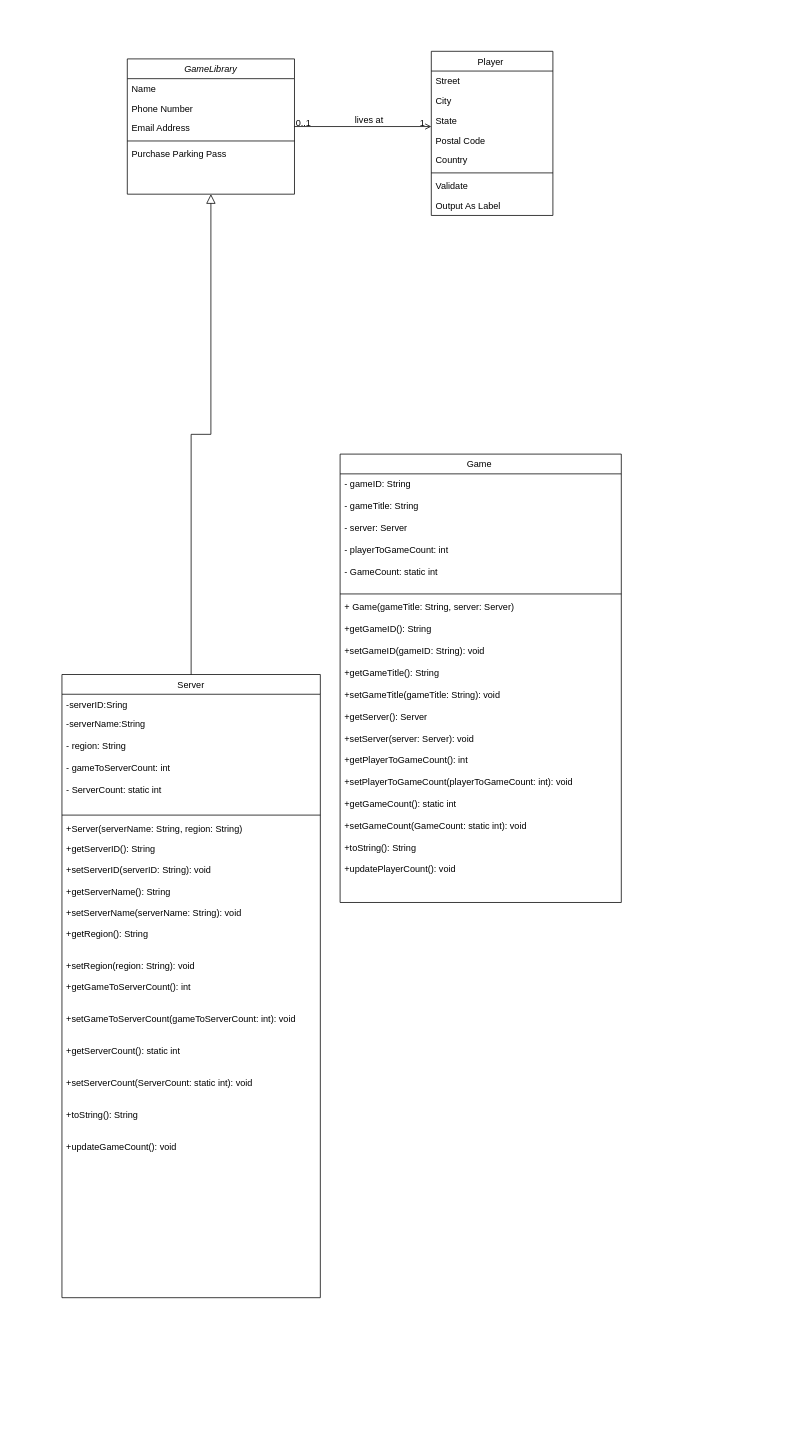
The draw.io diagram Untitled Diagram.drawio in Nada-saad635/Game-Management-System, before the edit. Source tidied: cells renumbered, new cells numbered last; positions are measured from the earlier drawing's top-left corner, leaving out a move shared by most shapes. Both pictures are drawn from the tidied source at 76%, with x=0, y=0 at pixel (62, 51).
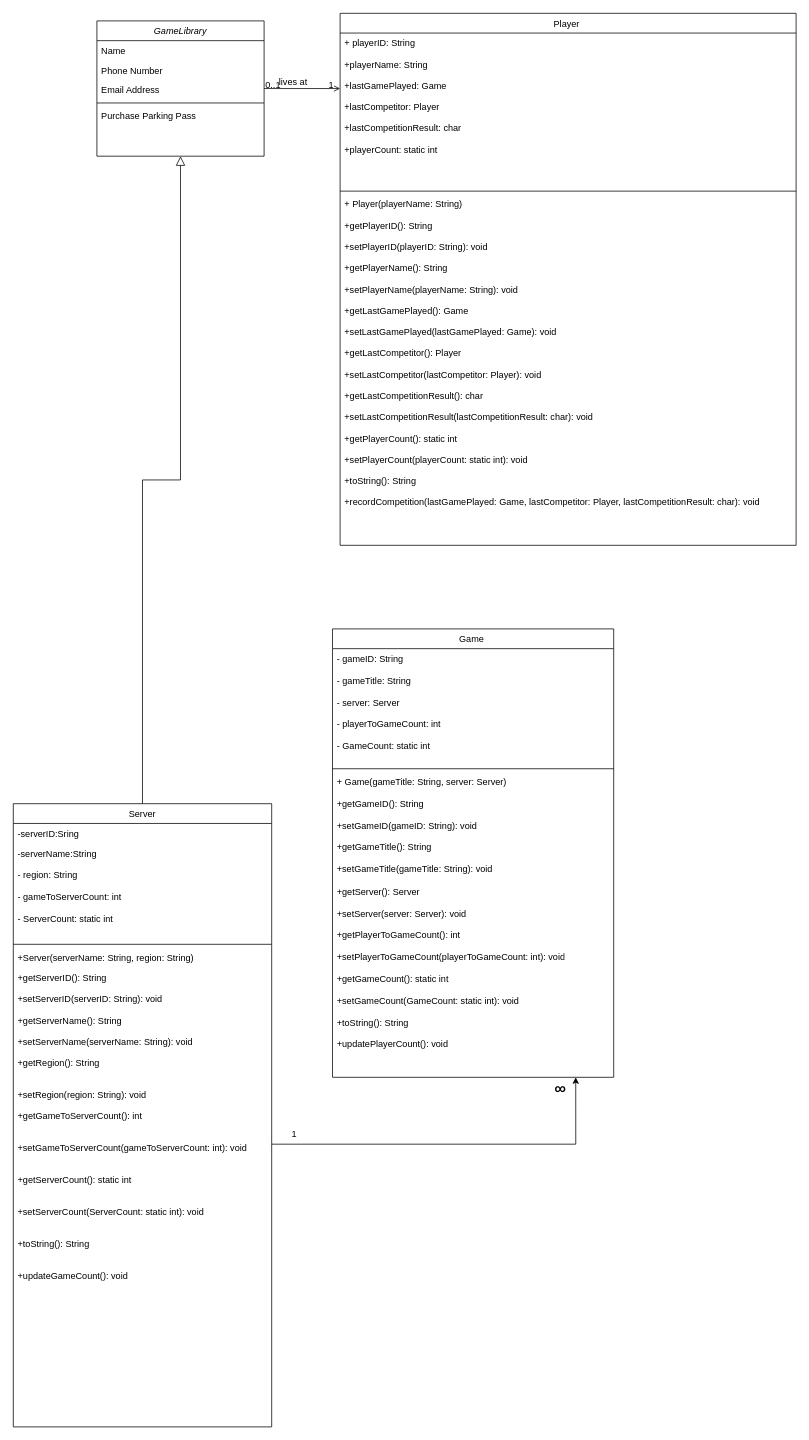
The same page after the edit.

Commit message:
Update player server

The change refers to these unchanged cells:
```xml
<mxCell id="14" value="+getServerID(): String&#10;&#10;+setServerID(serverID: String): void&#10;&#10;+getServerName(): String&#10;&#10;+setServerName(serverName: String): void&#10;&#10;+getRegion(): String&#10;&#10;&#10;+setRegion(region: String): void&#10; &#10;+getGameToServerCount(): int&#10;&#10;&#10;+setGameToServerCount(gameToServerCount: int): void&#10;&#10;&#10;+getServerCount(): static int&#10;&#10;&#10;+setServerCount(ServerCount: static int): void&#10;&#10;&#10;+toString(): String&#10;&#10;&#10;+updateGameCount(): void&#10;" style="text;align=left;verticalAlign=top;spacingLeft=4;spacingRight=4;overflow=hidden;points=[[0,0.5],[1,0.5]];portConstraint=eastwest;" parent="8" vertex="1">
  <mxGeometry y="216" width="340" height="464" as="geometry" />
</mxCell>
<mxCell id="32" value="+ Game(gameTitle: String, server: Server)&amp;nbsp;&lt;div&gt;&lt;br&gt;+getGameID(): String&lt;/div&gt;&lt;div&gt;&lt;br&gt;+setGameID(gameID: String): void&lt;/div&gt;&lt;div&gt;&lt;br&gt;+getGameTitle(): String&lt;/div&gt;&lt;div&gt;&lt;br&gt;+setGameTitle(gameTitle: String): void&lt;/div&gt;&lt;div&gt;&lt;br&gt;+getServer(): Server&lt;/div&gt;&lt;div&gt;&lt;br&gt;+setServer(server: Server): void&lt;/div&gt;&lt;div&gt;&lt;br&gt;+getPlayerToGameCount(): int&lt;/div&gt;&lt;div&gt;&lt;br&gt;+setPlayerToGameCount(playerToGameCount: int): void&lt;/div&gt;&lt;div&gt;&lt;br&gt;+getGameCount(): static int&lt;/div&gt;&lt;div&gt;&lt;br&gt;+setGameCount(GameCount: static int): void&lt;/div&gt;&lt;div&gt;&lt;br&gt;+toString(): String&lt;/div&gt;&lt;div&gt;&lt;br&gt;+updatePlayerCount(): void&lt;/div&gt;&lt;div&gt;&lt;br&gt;&lt;/div&gt;" style="text;strokeColor=none;fillColor=none;align=left;verticalAlign=top;spacingLeft=4;spacingRight=4;overflow=hidden;points=[[0,0.5],[1,0.5]];portConstraint=eastwest;whiteSpace=wrap;html=1;" parent="29" vertex="1">
  <mxGeometry y="188" width="370" height="402" as="geometry" />
</mxCell>
```

The edit, as a diff of the source:
```diff
@@
     <mxCell id="2" value="GameLibrary" style="swimlane;fontStyle=2;align=center;verticalAlign=top;horizontal=1;startSize=26;rounded=0;shadow=0;strokeWidth=1;" parent="1" vertex="1">
-      <mxGeometry x="86" y="10" width="220" height="178" as="geometry" />
+      <mxGeometry x="46" y="-40" width="220" height="178" as="geometry" />
     </mxCell>
@@
     <mxCell id="8" value="Server" style="swimlane;fontStyle=0;align=center;verticalAlign=top;horizontal=1;startSize=26;rounded=0;shadow=0;strokeWidth=1;" parent="1" vertex="1">
-      <mxGeometry y="820" width="340" height="820" as="geometry" />
+      <mxGeometry x="-64" y="990" width="340" height="820" as="geometry" />
     </mxCell>
@@
     <mxCell id="16" value="Player " style="swimlane;fontStyle=0;align=center;verticalAlign=top;horizontal=1;startSize=26;rounded=0;shadow=0;strokeWidth=1;" parent="1" vertex="1">
-      <mxGeometry x="486" width="160" height="216" as="geometry" />
+      <mxGeometry x="366" y="-50" width="600" height="700" as="geometry" />
     </mxCell>
-    <mxCell id="17" value="Street" style="text;align=left;verticalAlign=top;spacingLeft=4;spacingRight=4;overflow=hidden;" parent="16" vertex="1">
-      <mxGeometry y="26" width="160" height="26" as="geometry" />
+    <mxCell id="17" value="+ playerID: String&#10;&#10;+playerName: String&#10;&#10;+lastGamePlayed: Game&#10;&#10;+lastCompetitor: Player&#10;&#10;+lastCompetitionResult: char&#10;&#10;+playerCount: static int" style="text;align=left;verticalAlign=top;spacingLeft=4;spacingRight=4;overflow=hidden;" parent="16" vertex="1">
+      <mxGeometry y="26" width="600" height="204" as="geometry" />
     </mxCell>
-    <mxCell id="18" value="City" style="text;align=left;verticalAlign=top;spacingLeft=4;spacingRight=4;overflow=hidden;rounded=0;shadow=0;html=0;" parent="16" vertex="1">
-      <mxGeometry y="52" width="160" height="26" as="geometry" />
-    </mxCell>
-    <mxCell id="19" value="State" style="text;align=left;verticalAlign=top;spacingLeft=4;spacingRight=4;overflow=hidden;rounded=0;shadow=0;html=0;" parent="16" vertex="1">
-      <mxGeometry y="78" width="160" height="26" as="geometry" />
-    </mxCell>
-    <mxCell id="20" value="Postal Code" style="text;align=left;verticalAlign=top;spacingLeft=4;spacingRight=4;overflow=hidden;rounded=0;shadow=0;html=0;" parent="16" vertex="1">
-      <mxGeometry y="104" width="160" height="26" as="geometry" />
-    </mxCell>
-    <mxCell id="21" value="Country" style="text;align=left;verticalAlign=top;spacingLeft=4;spacingRight=4;overflow=hidden;rounded=0;shadow=0;html=0;" parent="16" vertex="1">
-      <mxGeometry y="130" width="160" height="26" as="geometry" />
-    </mxCell>
     <mxCell id="22" style="line;html=1;strokeWidth=1;align=left;verticalAlign=middle;spacingTop=-1;spacingLeft=3;spacingRight=3;labelPosition=right;" parent="16" vertex="1">
-      <mxGeometry y="156" width="160" height="8" as="geometry" />
+      <mxGeometry y="230" width="600" height="8" as="geometry" />
     </mxCell>
-    <mxCell id="23" value="Validate" style="text;align=left;verticalAlign=top;spacingLeft=4;spacingRight=4;overflow=hidden;" parent="16" vertex="1">
-      <mxGeometry y="164" width="160" height="26" as="geometry" />
+    <mxCell id="23" value="+ Player(playerName: String) &#10;&#10;+getPlayerID(): String&#10;&#10;+setPlayerID(playerID: String): void&#10;&#10;+getPlayerName(): String&#10;&#10;+setPlayerName(playerName: String): void&#10;&#10;+getLastGamePlayed(): Game&#10;&#10;+setLastGamePlayed(lastGamePlayed: Game): void&#10;&#10;+getLastCompetitor(): Player&#10;&#10;+setLastCompetitor(lastCompetitor: Player): void&#10;&#10;+getLastCompetitionResult(): char&#10;&#10;+setLastCompetitionResult(lastCompetitionResult: char): void&#10;&#10;+getPlayerCount(): static int&#10;&#10;+setPlayerCount(playerCount: static int): void&#10;&#10;+toString(): String&#10;&#10;+recordCompetition(lastGamePlayed: Game, lastCompetitor: Player, lastCompetitionResult: char): void" style="text;align=left;verticalAlign=top;spacingLeft=4;spacingRight=4;overflow=hidden;" parent="16" vertex="1">
+      <mxGeometry y="238" width="600" height="462" as="geometry" />
     </mxCell>
-    <mxCell id="24" value="Output As Label" style="text;align=left;verticalAlign=top;spacingLeft=4;spacingRight=4;overflow=hidden;" parent="16" vertex="1">
-      <mxGeometry y="190" width="160" height="26" as="geometry" />
-    </mxCell>
@@
     <mxCell id="29" value="&lt;span style=&quot;font-weight: 400; text-wrap-mode: nowrap;&quot;&gt;Game&amp;nbsp;&lt;/span&gt;" style="swimlane;fontStyle=1;align=center;verticalAlign=top;horizontal=1;startSize=26;whiteSpace=wrap;html=1;" parent="1" vertex="1">
-      <mxGeometry x="366" y="530" width="370" height="590" as="geometry" />
+      <mxGeometry x="356" y="760" width="370" height="590" as="geometry" />
     </mxCell>
@@
+    <mxCell id="33" style="edgeStyle=orthogonalEdgeStyle;rounded=0;jettySize=auto;html=1;exitX=1;exitY=0.5;exitDx=0;exitDy=0;entryX=0.865;entryY=1;entryDx=0;entryDy=0;entryPerimeter=0;" parent="1" edge="1" source="14" target="32">
+      <mxGeometry relative="1" as="geometry" />
+    </mxCell>
+    <mxCell id="34" value="1" style="text;html=1;align=center;verticalAlign=middle;whiteSpace=wrap;rounded=0;" parent="1" vertex="1">
+      <mxGeometry x="276" y="1410" width="60" height="30" as="geometry" />
+    </mxCell>
+    <mxCell id="35" value="&lt;h3&gt;&lt;span style=&quot;font-family: Roboto, Helvetica, sans-serif; font-size: 14px; text-align: left; text-wrap-mode: nowrap; background-color: rgb(255, 255, 255);&quot;&gt;&lt;font style=&quot;color: rgb(0, 0, 0);&quot;&gt;&lt;b&gt;∞&lt;/b&gt;&lt;/font&gt;&lt;/span&gt;&lt;/h3&gt;" style="text;html=1;align=center;verticalAlign=middle;whiteSpace=wrap;rounded=0;" parent="1" vertex="1">
+      <mxGeometry x="636" y="1350" width="40" height="30" as="geometry" />
+    </mxCell>
```
